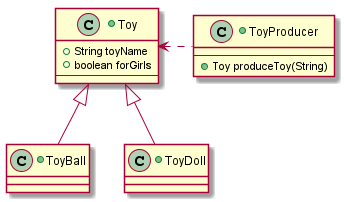
Earlier version of the PlantUML export src/factories/_initialCase/uml/Factories_initialCase.png (vitalispopoff/designPatterns).
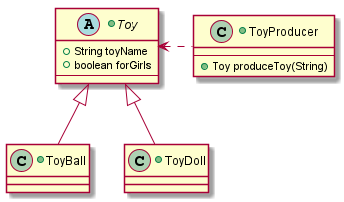
The same file after the commit.

Change to the diagram source:
```diff
@@ -5,7 +5,7 @@
         +{method} Toy produceToy(String)
 }
 
-+class Toy{
++abstract class Toy{
         +{field} String toyName
         +{field} boolean forGirls
     --
```
